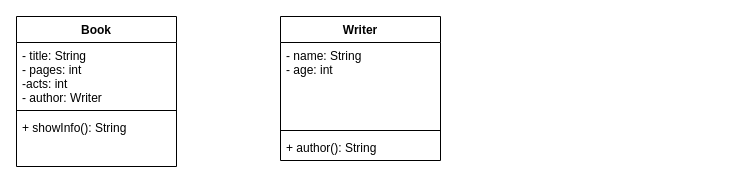
Before: 07-07.drawio in Nikita23072001/PP3, a draw.io diagram. Source tidied: cells renumbered, new cells numbered last; positions are measured from the earlier drawing's top-left corner, leaving out a move shared by most shapes. Both pictures are drawn from the tidied source at 100%, with x=0, y=0 at pixel (16, 16).
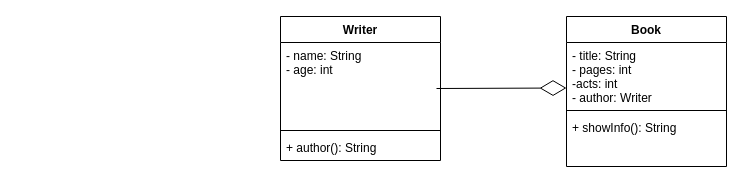
The same page after the edit.

Diff of the diagram source:
```diff
@@
 <mxGraphModel>
   <root>
     <mxCell id="0" />
     <mxCell id="1" parent="0" />
     <mxCell id="2" value="Book" style="swimlane;fontStyle=1;align=center;verticalAlign=top;horizontal=1;startSize=26;" parent="1" vertex="1">
-      <mxGeometry width="160" height="150" as="geometry" />
+      <mxGeometry x="550" width="160" height="150" as="geometry" />
     </mxCell>
     <mxCell id="3" value="- title: String&#10;- pages: int&#10;-acts: int&#10;- author: Writer" style="text;strokeColor=none;fillColor=none;align=left;verticalAlign=top;spacingLeft=4;spacingRight=4;overflow=hidden;" parent="2" vertex="1">
       <mxGeometry y="26" width="160" height="64" as="geometry" />
     </mxCell>
     <mxCell id="4" style="line;strokeWidth=1;fillColor=none;align=left;verticalAlign=middle;spacingTop=-1;spacingLeft=3;spacingRight=3;labelPosition=right;" parent="2" vertex="1">
       <mxGeometry y="90" width="160" height="8" as="geometry" />
     </mxCell>
     <mxCell id="5" value="+ showInfo(): String" style="text;strokeColor=none;fillColor=none;align=left;verticalAlign=top;spacingLeft=4;spacingRight=4;overflow=hidden;" parent="2" vertex="1">
       <mxGeometry y="98" width="160" height="52" as="geometry" />
     </mxCell>
     <mxCell id="6" value="Writer" style="swimlane;fontStyle=1;align=center;verticalAlign=top;horizontal=1;startSize=26;" parent="1" vertex="1">
       <mxGeometry x="264" width="160" height="144" as="geometry" />
     </mxCell>
     <mxCell id="7" value="- name: String&#10;- age: int" style="text;strokeColor=none;fillColor=none;align=left;verticalAlign=top;spacingLeft=4;spacingRight=4;overflow=hidden;" parent="6" vertex="1">
       <mxGeometry y="26" width="160" height="84" as="geometry" />
     </mxCell>
     <mxCell id="8" style="line;strokeWidth=1;fillColor=none;align=left;verticalAlign=middle;spacingTop=-1;spacingLeft=3;spacingRight=3;labelPosition=right;" parent="6" vertex="1">
       <mxGeometry y="110" width="160" height="8" as="geometry" />
     </mxCell>
     <mxCell id="9" value="+ author(): String" style="text;strokeColor=none;fillColor=none;align=left;verticalAlign=top;spacingLeft=4;spacingRight=4;overflow=hidden;" parent="6" vertex="1">
       <mxGeometry y="118" width="160" height="26" as="geometry" />
     </mxCell>
+    <mxCell id="10" style="endArrow=diamondThin;endFill=0;endSize=24;html=1;rounded=0;" parent="1" edge="1">
+      <mxGeometry relative="1" as="geometry">
+        <mxPoint x="420" y="72" as="sourcePoint" />
+        <mxPoint x="550" y="71.5" as="targetPoint" />
+      </mxGeometry>
+    </mxCell>
   </root>
 </mxGraphModel>
```
